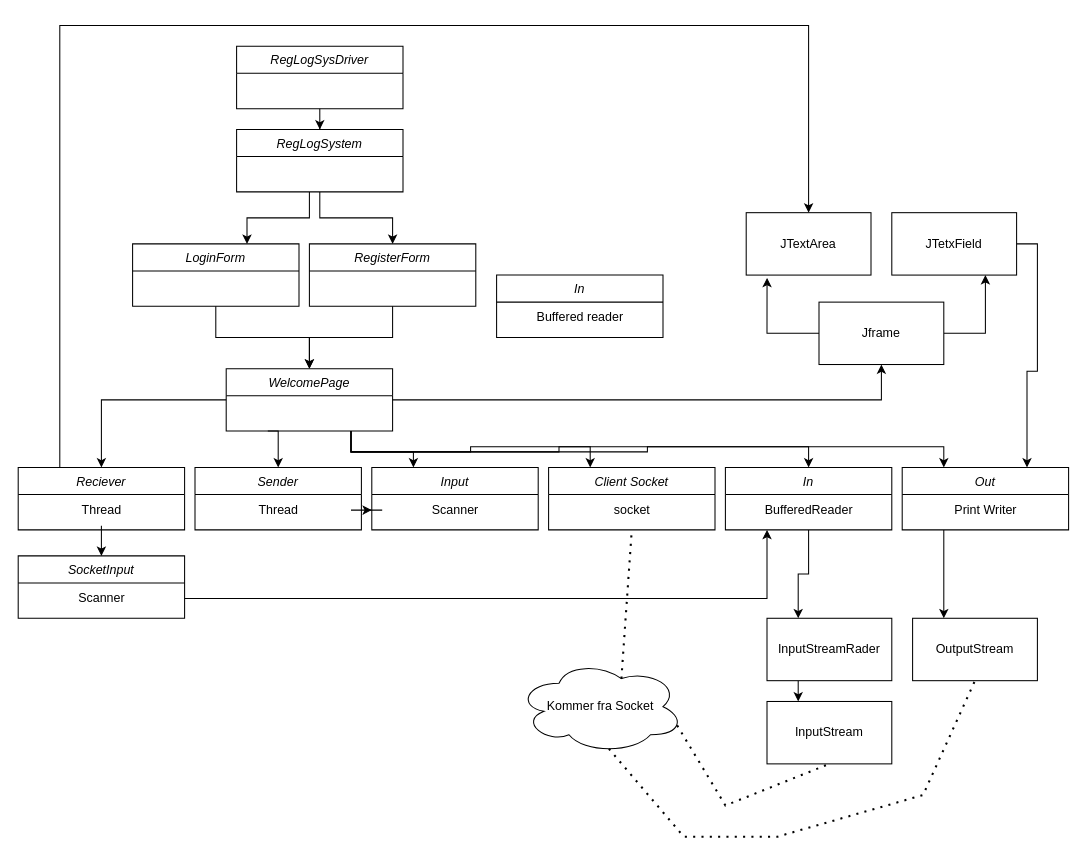
Before: Klassediagram.drawio in Simon9877/prog-Eksamensprojekt, a draw.io diagram. Source tidied: cells renumbered, new cells numbered last; positions are measured from the earlier drawing's top-left corner, leaving out a move shared by most shapes. Both pictures are drawn from the tidied source at 104%, with x=0, y=0 at pixel (18, 25).
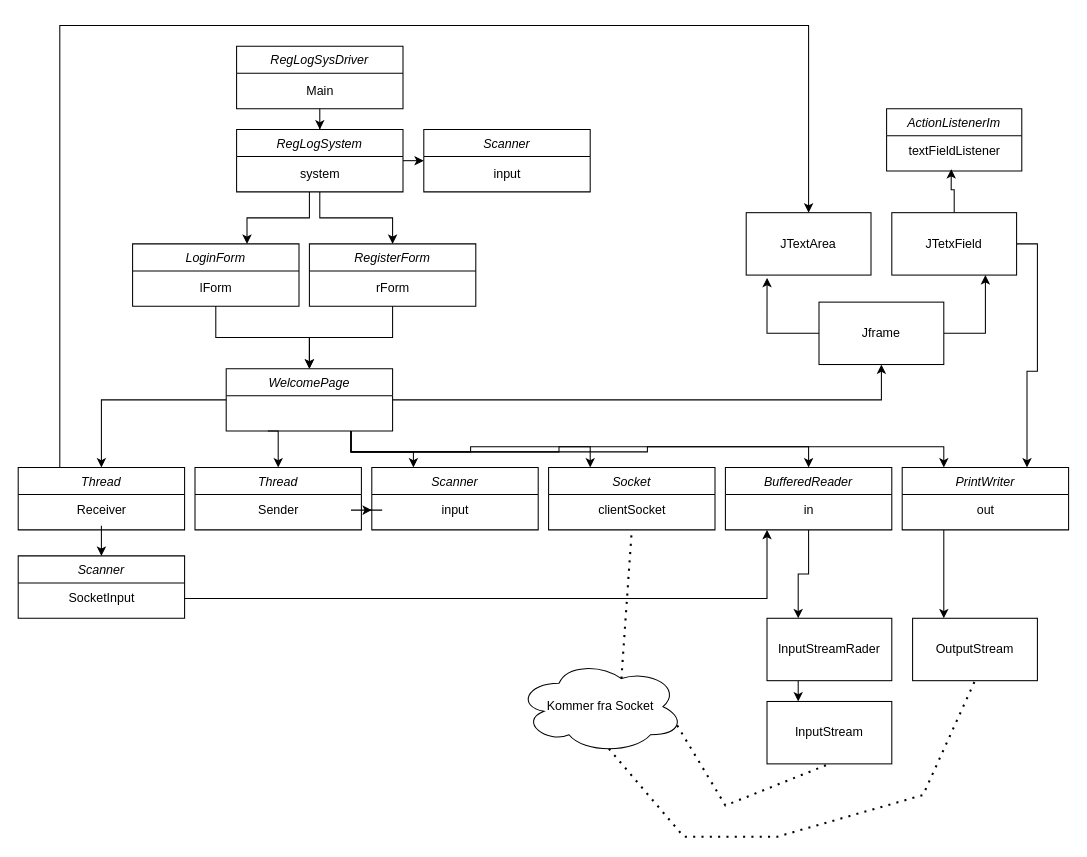
The same page after the edit.

Unchanged cells that the change refers to:
```xml
<mxCell id="6" value="RegLogSystem" style="swimlane;fontStyle=2;align=center;verticalAlign=top;horizontal=1;startSize=26;rounded=0;shadow=0;strokeWidth=1;" parent="1" vertex="1">
  <mxGeometry x="210" y="100" width="160" height="60" as="geometry" />
</mxCell>
<mxCell id="54" value="JTetxField" style="rounded=0;whiteSpace=wrap;html=1;" parent="1" vertex="1">
  <mxGeometry x="840" y="180" width="120" height="60" as="geometry" />
</mxCell>
```

Diff of the diagram source:
```diff
@@
+    <mxCell id="55" style="edgeStyle=orthogonalEdgeStyle;rounded=0;jettySize=auto;html=1;exitX=1;exitY=0.5;exitDx=0;exitDy=0;entryX=0;entryY=0.5;entryDx=0;entryDy=0;" parent="1" edge="1" source="6" target="57">
+      <mxGeometry relative="1" as="geometry" />
+    </mxCell>
@@
-    <mxCell id="20" value="Reciever" style="swimlane;fontStyle=2;align=center;verticalAlign=top;horizontal=1;startSize=26;rounded=0;shadow=0;strokeWidth=1;" parent="1" vertex="1">
+    <mxCell id="20" value="Thread" style="swimlane;fontStyle=2;align=center;verticalAlign=top;horizontal=1;startSize=26;rounded=0;shadow=0;strokeWidth=1;" parent="1" vertex="1">
       <mxGeometry y="425" width="160" height="60" as="geometry" />
     </mxCell>
-    <mxCell id="21" value="Thread" style="text;html=1;align=center;verticalAlign=middle;points=[];strokeColor=none;fillColor=none;" parent="20" vertex="1">
+    <mxCell id="21" value="Receiver" style="text;html=1;align=center;verticalAlign=middle;points=[];strokeColor=none;fillColor=none;" parent="20" vertex="1">
       <mxGeometry y="26" width="160" height="30" as="geometry" />
     </mxCell>
-    <mxCell id="22" value="Sender" style="swimlane;fontStyle=2;align=center;verticalAlign=top;horizontal=1;startSize=26;rounded=0;shadow=0;strokeWidth=1;" parent="1" vertex="1">
+    <mxCell id="22" value="Thread" style="swimlane;fontStyle=2;align=center;verticalAlign=top;horizontal=1;startSize=26;rounded=0;shadow=0;strokeWidth=1;" parent="1" vertex="1">
       <mxGeometry x="170" y="425" width="160" height="60" as="geometry" />
     </mxCell>
-    <mxCell id="23" value="Thread" style="text;html=1;align=center;verticalAlign=middle;points=[];strokeColor=none;fillColor=none;" parent="22" vertex="1">
+    <mxCell id="23" value="Sender" style="text;html=1;align=center;verticalAlign=middle;points=[];strokeColor=none;fillColor=none;" parent="22" vertex="1">
       <mxGeometry y="26" width="160" height="30" as="geometry" />
     </mxCell>
-    <mxCell id="24" value="Input" style="swimlane;fontStyle=2;align=center;verticalAlign=top;horizontal=1;startSize=26;rounded=0;shadow=0;strokeWidth=1;" parent="1" vertex="1">
+    <mxCell id="24" value="Scanner" style="swimlane;fontStyle=2;align=center;verticalAlign=top;horizontal=1;startSize=26;rounded=0;shadow=0;strokeWidth=1;" parent="1" vertex="1">
       <mxGeometry x="340" y="425" width="160" height="60" as="geometry" />
     </mxCell>
-    <mxCell id="25" value="Scanner" style="text;html=1;align=center;verticalAlign=middle;points=[];strokeColor=none;fillColor=none;" parent="24" vertex="1">
+    <mxCell id="25" value="input" style="text;html=1;align=center;verticalAlign=middle;points=[];strokeColor=none;fillColor=none;" parent="24" vertex="1">
       <mxGeometry y="26" width="160" height="30" as="geometry" />
     </mxCell>
-    <mxCell id="26" value="Client Socket" style="swimlane;fontStyle=2;align=center;verticalAlign=top;horizontal=1;startSize=26;rounded=0;shadow=0;strokeWidth=1;" parent="1" vertex="1">
+    <mxCell id="26" value="Socket" style="swimlane;fontStyle=2;align=center;verticalAlign=top;horizontal=1;startSize=26;rounded=0;shadow=0;strokeWidth=1;" parent="1" vertex="1">
       <mxGeometry x="510" y="425" width="160" height="60" as="geometry" />
     </mxCell>
-    <mxCell id="27" value="socket" style="text;html=1;align=center;verticalAlign=middle;strokeColor=none;fillColor=none;" parent="26" vertex="1">
+    <mxCell id="27" value="clientSocket" style="text;html=1;align=center;verticalAlign=middle;strokeColor=none;fillColor=none;" parent="26" vertex="1">
       <mxGeometry y="26" width="160" height="30" as="geometry" />
     </mxCell>
-    <mxCell id="28" value="In" style="swimlane;fontStyle=2;align=center;verticalAlign=top;horizontal=1;startSize=26;rounded=0;shadow=0;strokeWidth=1;" parent="1" vertex="1">
-      <mxGeometry x="460" y="240" width="160" height="60" as="geometry" />
+    <mxCell id="28" value="ActionListenerIm" style="swimlane;fontStyle=2;align=center;verticalAlign=top;horizontal=1;startSize=26;rounded=0;shadow=0;strokeWidth=1;" parent="1" vertex="1">
+      <mxGeometry x="835" y="80" width="130" height="60" as="geometry" />
     </mxCell>
-    <mxCell id="29" value="Buffered reader" style="text;html=1;align=center;verticalAlign=middle;points=[];strokeColor=none;fillColor=none;" parent="28" vertex="1">
-      <mxGeometry y="26" width="160" height="30" as="geometry" />
+    <mxCell id="29" value="textFieldListener" style="text;html=1;align=center;verticalAlign=middle;points=[];strokeColor=none;fillColor=none;" parent="28" vertex="1">
+      <mxGeometry y="26" width="130" height="30" as="geometry" />
     </mxCell>
@@
-    <mxCell id="31" value="Out" style="swimlane;fontStyle=2;align=center;verticalAlign=top;horizontal=1;startSize=26;rounded=0;shadow=0;strokeWidth=1;" parent="1" vertex="1">
+    <mxCell id="31" value="PrintWriter" style="swimlane;fontStyle=2;align=center;verticalAlign=top;horizontal=1;startSize=26;rounded=0;shadow=0;strokeWidth=1;" parent="1" vertex="1">
       <mxGeometry x="850" y="425" width="160" height="60" as="geometry" />
     </mxCell>
-    <mxCell id="32" value="Print Writer" style="text;html=1;align=center;verticalAlign=middle;strokeColor=none;fillColor=none;" parent="31" vertex="1">
+    <mxCell id="32" value="out" style="text;html=1;align=center;verticalAlign=middle;strokeColor=none;fillColor=none;" parent="31" vertex="1">
       <mxGeometry y="26" width="160" height="30" as="geometry" />
     </mxCell>
-    <mxCell id="33" value="SocketInput" style="swimlane;fontStyle=2;align=center;verticalAlign=top;horizontal=1;startSize=26;rounded=0;shadow=0;strokeWidth=1;" parent="1" vertex="1">
+    <mxCell id="33" value="Scanner" style="swimlane;fontStyle=2;align=center;verticalAlign=top;horizontal=1;startSize=26;rounded=0;shadow=0;strokeWidth=1;" parent="1" vertex="1">
       <mxGeometry y="510" width="160" height="60" as="geometry" />
     </mxCell>
-    <mxCell id="34" value="Scanner" style="text;html=1;align=center;verticalAlign=middle;points=[];strokeColor=none;fillColor=none;" parent="33" vertex="1">
+    <mxCell id="34" value="SocketInput" style="text;html=1;align=center;verticalAlign=middle;points=[];strokeColor=none;fillColor=none;" parent="33" vertex="1">
       <mxGeometry y="26" width="160" height="30" as="geometry" />
     </mxCell>
@@
-    <mxCell id="38" value="In&#10;" style="swimlane;fontStyle=2;align=center;verticalAlign=top;horizontal=1;startSize=26;rounded=0;shadow=0;strokeWidth=1;" parent="1" vertex="1">
+    <mxCell id="38" value="BufferedReader" style="swimlane;fontStyle=2;align=center;verticalAlign=top;horizontal=1;startSize=26;rounded=0;shadow=0;strokeWidth=1;" parent="1" vertex="1">
       <mxGeometry x="680" y="425" width="160" height="60" as="geometry" />
     </mxCell>
-    <mxCell id="39" value="BufferedReader" style="text;html=1;align=center;verticalAlign=middle;strokeColor=none;fillColor=none;" parent="38" vertex="1">
+    <mxCell id="39" value="in" style="text;html=1;align=center;verticalAlign=middle;strokeColor=none;fillColor=none;" parent="38" vertex="1">
       <mxGeometry y="26" width="160" height="30" as="geometry" />
     </mxCell>
@@
+    <mxCell id="56" style="edgeStyle=orthogonalEdgeStyle;rounded=0;jettySize=auto;html=1;entryX=0.478;entryY=1.071;entryDx=0;entryDy=0;entryPerimeter=0;" parent="1" edge="1" source="54" target="29">
+      <mxGeometry relative="1" as="geometry" />
+    </mxCell>
@@
+    <mxCell id="57" value="Scanner" style="swimlane;fontStyle=2;align=center;verticalAlign=top;horizontal=1;startSize=26;rounded=0;shadow=0;strokeWidth=1;" parent="1" vertex="1">
+      <mxGeometry x="390" y="100" width="160" height="60" as="geometry" />
+    </mxCell>
+    <mxCell id="58" value="Main" style="text;html=1;align=center;verticalAlign=middle;strokeColor=none;fillColor=none;" parent="1" vertex="1">
+      <mxGeometry x="265" y="48" width="50" height="30" as="geometry" />
+    </mxCell>
+    <mxCell id="59" value="system" style="text;html=1;align=center;verticalAlign=middle;strokeColor=none;fillColor=none;" parent="1" vertex="1">
+      <mxGeometry x="260" y="128" width="60" height="30" as="geometry" />
+    </mxCell>
+    <mxCell id="60" value="input" style="text;html=1;align=center;verticalAlign=middle;strokeColor=none;fillColor=none;" parent="1" vertex="1">
+      <mxGeometry x="445" y="128" width="50" height="30" as="geometry" />
+    </mxCell>
+    <mxCell id="61" value="lForm" style="text;html=1;align=center;verticalAlign=middle;strokeColor=none;fillColor=none;" parent="1" vertex="1">
+      <mxGeometry x="165" y="238" width="50" height="30" as="geometry" />
+    </mxCell>
+    <mxCell id="62" value="rForm" style="text;html=1;align=center;verticalAlign=middle;strokeColor=none;fillColor=none;" parent="1" vertex="1">
+      <mxGeometry x="330" y="238" width="60" height="30" as="geometry" />
+    </mxCell>
+    <mxCell id="63" value="&lt;br&gt;&lt;br&gt;" style="text;html=1;align=center;verticalAlign=middle;strokeColor=none;fillColor=none;" parent="1" vertex="1">
+      <mxGeometry x="420" y="545" width="20" height="40" as="geometry" />
+    </mxCell>
```
